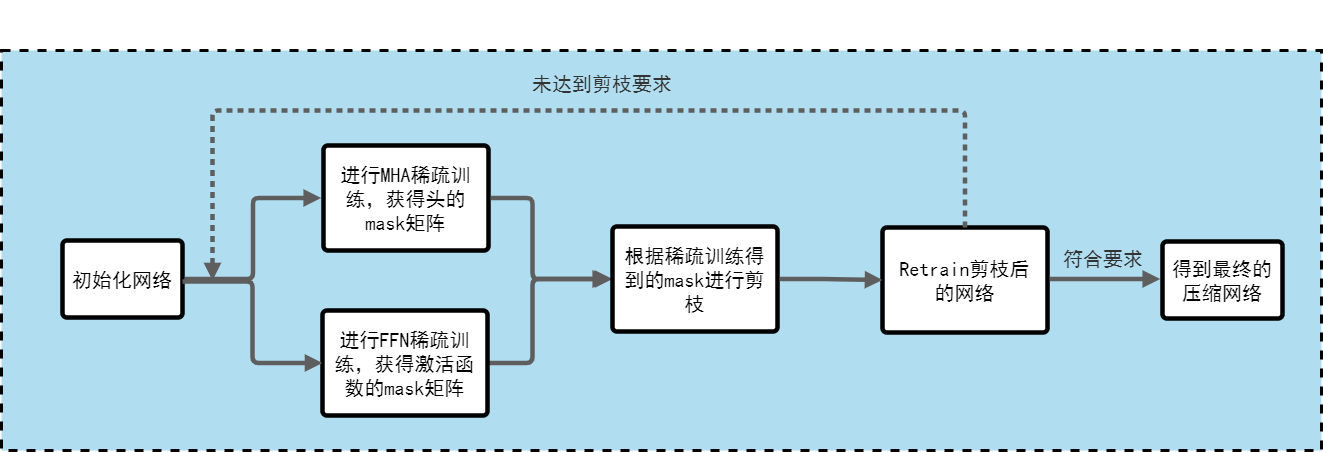
This is prune_flow.png from AAAAAAAyq/Personal-Studying, a draw.io export, as it was before one commit. Source tidied: cells renumbered, new cells last; positions are measured from the earlier drawing's top-left corner, leaving out a move shared by most shapes.
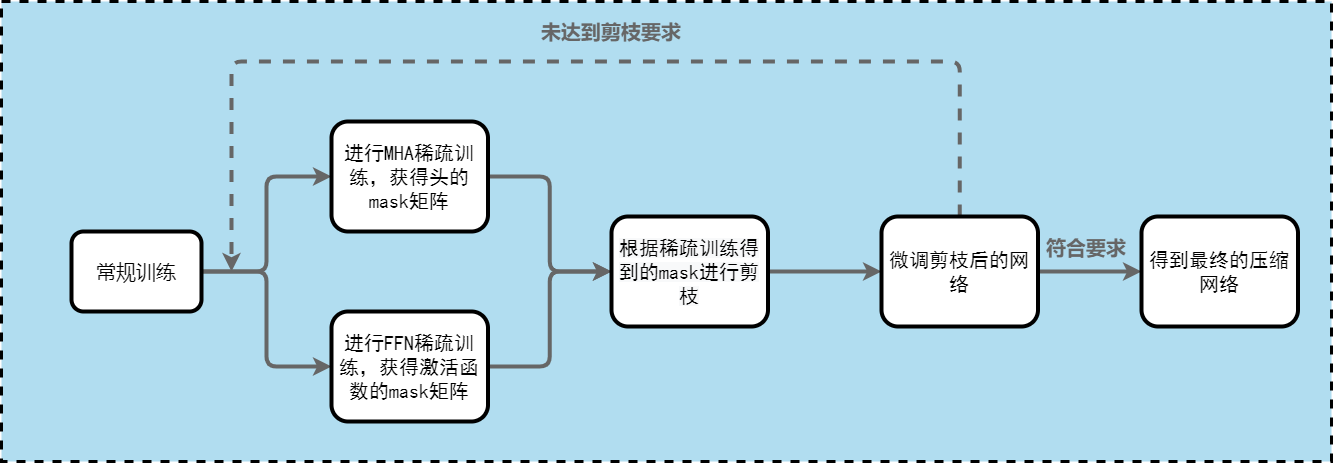
Above is the later version.

The edit, as a diff of the source:
```diff
@@ -3,78 +3,61 @@
     <mxCell id="0" />
     <mxCell id="1" parent="0" />
     <mxCell id="2" style="whiteSpace=wrap;html=1;strokeColor=#000000;strokeWidth=3;dashed=1;verticalAlign=top;fillColor=#b1ddf0;" parent="1" vertex="1">
-      <mxGeometry y="50" width="1320" height="400" as="geometry" />
+      <mxGeometry x="-30" y="380" width="1330" height="460" as="geometry" />
     </mxCell>
+    <mxCell id="22" style="edgeStyle=orthogonalEdgeStyle;rounded=1;jettySize=auto;html=1;exitX=1;exitY=0.5;exitDx=0;exitDy=0;entryX=0;entryY=0.5;entryDx=0;entryDy=0;strokeWidth=4;jumpStyle=none;strokeColor=#666666;" parent="1" edge="1" source="24" target="14">
+      <mxGeometry relative="1" as="geometry" />
+    </mxCell>
+    <mxCell id="23" style="edgeStyle=orthogonalEdgeStyle;rounded=1;jumpStyle=none;jettySize=auto;html=1;exitX=1;exitY=0.5;exitDx=0;exitDy=0;entryX=0;entryY=0.5;entryDx=0;entryDy=0;strokeWidth=4;strokeColor=#666666;" parent="1" edge="1" source="24" target="4">
+      <mxGeometry relative="1" as="geometry" />
+    </mxCell>
+    <mxCell id="24" value="&lt;span style=&quot;font-weight: normal&quot;&gt;&lt;font style=&quot;font-size: 20px&quot;&gt;常规训练&lt;/font&gt;&lt;/span&gt;" style="rounded=1;whiteSpace=wrap;html=1;strokeWidth=4;fontStyle=1;" parent="1" vertex="1">
+      <mxGeometry x="40" y="610" width="130" height="80" as="geometry" />
+    </mxCell>
+    <mxCell id="21" style="edgeStyle=orthogonalEdgeStyle;rounded=1;jumpStyle=none;jettySize=auto;html=1;exitX=1;exitY=0.5;exitDx=0;exitDy=0;entryX=0;entryY=0.5;entryDx=0;entryDy=0;strokeColor=#666666;strokeWidth=4;" parent="1" edge="1" source="14" target="7">
+      <mxGeometry relative="1" as="geometry" />
+    </mxCell>
+    <mxCell id="14" value="&lt;span style=&quot;font-family: &amp;#34;simhei&amp;#34; ; font-size: 20px ; font-weight: 400&quot;&gt;进行MHA稀疏训练，获得头的mask矩阵&lt;/span&gt;" style="rounded=1;whiteSpace=wrap;html=1;strokeWidth=4;fontStyle=1;" parent="1" vertex="1">
+      <mxGeometry x="300" y="500" width="156.5" height="110" as="geometry" />
+    </mxCell>
-    <mxCell id="3" style="edgeStyle=elbowEdgeStyle;rounded=1;jettySize=auto;html=1;entryX=0;entryY=0.5;entryDx=0;entryDy=0;fontSize=13;strokeColor=#5E5E5E;strokeWidth=4.5;endFill=1;endArrow=block;arcSize=12;exitX=1;exitY=0.5;exitDx=0;exitDy=0;" parent="1" edge="1" source="4" target="7">
-      <mxGeometry relative="1" as="geometry">
-        <Array as="points">
-          <mxPoint x="531" y="320" />
-        </Array>
-      </mxGeometry>
+    <mxCell id="3" style="edgeStyle=orthogonalEdgeStyle;rounded=1;jumpStyle=none;jettySize=auto;html=1;exitX=1;exitY=0.5;exitDx=0;exitDy=0;strokeColor=#666666;strokeWidth=4;entryX=0;entryY=0.5;entryDx=0;entryDy=0;" parent="1" edge="1" source="4" target="7">
+      <mxGeometry relative="1" as="geometry" />
     </mxCell>
-    <mxCell id="4" value="进行FFN稀疏训练，获得激活函数的mask矩阵" style="html=1;overflow=block;blockSpacing=1;whiteSpace=wrap;whiteSpace=wrap;fontSize=20;fontFamily=SimHei;spacing=9;strokeOpacity=100;fillOpacity=100;rounded=1;absoluteArcSize=1;arcSize=9;strokeWidth=4.5;" parent="1" vertex="1">
-      <mxGeometry x="321" y="310" width="165" height="105" as="geometry" />
+    <mxCell id="4" value="&lt;span style=&quot;font-family: &amp;#34;simhei&amp;#34; ; font-size: 20px ; font-weight: 400&quot;&gt;进行FFN稀疏训练，获得激活函数的mask矩阵&lt;/span&gt;" style="rounded=1;whiteSpace=wrap;html=1;strokeWidth=4;fontStyle=1;" parent="1" vertex="1">
+      <mxGeometry x="300" y="690" width="156.5" height="110" as="geometry" />
     </mxCell>
-    <mxCell id="5" value="初始化网络" style="html=1;overflow=block;blockSpacing=1;whiteSpace=wrap;whiteSpace=wrap;fontSize=20;fontFamily=SimHei;spacing=9;strokeOpacity=100;fillOpacity=100;rounded=1;absoluteArcSize=1;arcSize=9;strokeWidth=4.5;" parent="1" vertex="1">
-      <mxGeometry x="61" y="240" width="120" height="77" as="geometry" />
-    </mxCell>
-    <mxCell id="6" style="html=1;jettySize=18;whiteSpace=wrap;fontSize=13;strokeColor=#5E5E5E;strokeWidth=4.5;rounded=1;arcSize=12;edgeStyle=orthogonalEdgeStyle;startArrow=none;endArrow=block;endFill=1;exitX=1.019;exitY=0.5;exitPerimeter=0;entryX=0;entryY=0.5;entryDx=0;entryDy=0;" parent="1" edge="1" target="4">
-      <mxGeometry relative="1" as="geometry">
-        <mxPoint x="181" y="281" as="sourcePoint" />
-      </mxGeometry>
-    </mxCell>
+    <mxCell id="25" style="edgeStyle=orthogonalEdgeStyle;rounded=1;jumpStyle=none;jettySize=auto;html=1;exitX=1;exitY=0.5;exitDx=0;exitDy=0;entryX=0;entryY=0.5;entryDx=0;entryDy=0;strokeColor=#666666;strokeWidth=4;" parent="1" edge="1" source="7" target="28">
+      <mxGeometry relative="1" as="geometry" />
+    </mxCell>
-    <mxCell id="7" value="根据稀疏训练得到的mask进行剪枝" style="html=1;overflow=block;blockSpacing=1;whiteSpace=wrap;whiteSpace=wrap;fontSize=20;fontFamily=SimHei;spacing=9;strokeOpacity=100;fillOpacity=100;rounded=1;absoluteArcSize=1;arcSize=9;strokeWidth=4.5;" parent="1" vertex="1">
-      <mxGeometry x="611" y="226" width="165" height="105" as="geometry" />
+    <mxCell id="7" value="&#10;&#10;&lt;span style=&quot;color: rgb(0, 0, 0); font-family: simhei; font-size: 20px; font-style: normal; font-weight: 400; letter-spacing: normal; text-align: center; text-indent: 0px; text-transform: none; word-spacing: 0px; background-color: rgb(248, 249, 250); display: inline; float: none;&quot;&gt;根据稀疏训练得到的mask进行剪枝&lt;/span&gt;&#10;&#10;" style="rounded=1;whiteSpace=wrap;html=1;strokeWidth=4;fontStyle=1;" parent="1" vertex="1">
+      <mxGeometry x="580" y="595" width="156.5" height="110" as="geometry" />
     </mxCell>
-    <mxCell id="8" value="Retrain剪枝后的网络" style="html=1;overflow=block;blockSpacing=1;whiteSpace=wrap;whiteSpace=wrap;fontSize=20;fontFamily=SimHei;spacing=9;strokeOpacity=100;fillOpacity=100;rounded=1;absoluteArcSize=1;arcSize=9;strokeWidth=4.5;" parent="1" vertex="1">
-      <mxGeometry x="881" y="227" width="165" height="105" as="geometry" />
-    </mxCell>
+    <mxCell id="26" style="edgeStyle=orthogonalEdgeStyle;rounded=1;jumpStyle=none;jettySize=auto;html=1;exitX=1;exitY=0.5;exitDx=0;exitDy=0;entryX=0;entryY=0.5;entryDx=0;entryDy=0;strokeColor=#666666;strokeWidth=4;" parent="1" edge="1" source="28" target="9">
+      <mxGeometry relative="1" as="geometry" />
+    </mxCell>
+    <mxCell id="27" style="edgeStyle=orthogonalEdgeStyle;rounded=1;jumpStyle=none;jettySize=auto;html=1;exitX=0.5;exitY=0;exitDx=0;exitDy=0;strokeColor=#666666;strokeWidth=4;dashed=1;" parent="1" edge="1" source="28">
+      <mxGeometry relative="1" as="geometry">
+        <mxPoint x="200" y="650" as="targetPoint" />
+        <Array as="points">
+          <mxPoint x="928" y="440" />
+          <mxPoint x="200" y="440" />
+        </Array>
+      </mxGeometry>
+    </mxCell>
+    <mxCell id="28" value="&lt;span style=&quot;font-family: &amp;#34;simhei&amp;#34; ; font-size: 20px ; font-weight: 400&quot;&gt;微调剪枝后的网络&lt;/span&gt;" style="rounded=1;whiteSpace=wrap;html=1;strokeWidth=4;fontStyle=1;" parent="1" vertex="1">
+      <mxGeometry x="850" y="595" width="156.5" height="110" as="geometry" />
+    </mxCell>
-    <mxCell id="9" value="得到最终的压缩网络" style="html=1;overflow=block;blockSpacing=1;whiteSpace=wrap;whiteSpace=wrap;fontSize=20;fontFamily=SimHei;spacing=9;strokeOpacity=100;fillOpacity=100;rounded=1;absoluteArcSize=1;arcSize=9;strokeWidth=4.5;" parent="1" vertex="1">
-      <mxGeometry x="1161" y="241" width="120" height="77" as="geometry" />
+    <mxCell id="9" value="&lt;span style=&quot;font-family: &amp;#34;simhei&amp;#34; ; font-size: 20px ; font-weight: 400&quot;&gt;得到最终的压缩网络&lt;/span&gt;" style="rounded=1;whiteSpace=wrap;html=1;strokeWidth=4;fontStyle=1;" parent="1" vertex="1">
+      <mxGeometry x="1110" y="595" width="156.5" height="110" as="geometry" />
     </mxCell>
+    <mxCell id="16" value="&lt;font color=&quot;#666666&quot; size=&quot;1&quot;&gt;&lt;b style=&quot;font-size: 20px&quot;&gt;符合要求&lt;/b&gt;&lt;/font&gt;" style="text;html=1;strokeColor=none;fillColor=none;align=center;verticalAlign=middle;whiteSpace=wrap;rounded=0;" parent="1" vertex="1">
+      <mxGeometry x="1010" y="616" width="90" height="20" as="geometry" />
+    </mxCell>
+    <mxCell id="15" value="&lt;font color=&quot;#666666&quot; size=&quot;1&quot;&gt;&lt;b style=&quot;font-size: 20px&quot;&gt;未达到剪枝要求&lt;/b&gt;&lt;/font&gt;" style="text;html=1;strokeColor=none;fillColor=none;align=center;verticalAlign=middle;whiteSpace=wrap;rounded=0;" parent="1" vertex="1">
+      <mxGeometry x="500" y="400" width="160" height="20" as="geometry" />
+    </mxCell>
     <mxCell id="10" parent="0" />
     <mxCell id="11" value="background" parent="0" />
     <mxCell id="12" value="foreground" parent="0" />
-    <mxCell id="13" style="group;" parent="12" vertex="1">
-      <mxGeometry x="87" width="1194" height="247" as="geometry" />
-    </mxCell>
-    <mxCell id="14" value="进行MHA稀疏训练，获得头的mask矩阵" style="html=1;overflow=block;blockSpacing=1;whiteSpace=wrap;whiteSpace=wrap;fontSize=20;fontFamily=SimHei;spacing=9;strokeOpacity=100;fillOpacity=100;rounded=1;absoluteArcSize=1;arcSize=9;strokeWidth=4.5;" parent="13" vertex="1">
-      <mxGeometry x="235" y="145" width="165" height="105" as="geometry" />
-    </mxCell>
-    <mxCell id="15" value="未达到剪枝要求" style="html=1;overflow=block;blockSpacing=1;whiteSpace=wrap;whiteSpace=wrap;fontSize=20;fontFamily=SimHei;fontColor=#333333;spacing=3.8;strokeOpacity=0;fillOpacity=0;rounded=1;absoluteArcSize=1;arcSize=9;fillColor=#ffffff;strokeWidth=2.3;" parent="13" vertex="1">
-      <mxGeometry x="424" y="60" width="180" height="45" as="geometry" />
-    </mxCell>
-    <mxCell id="16" value="符合要求" style="html=1;overflow=block;blockSpacing=1;whiteSpace=wrap;whiteSpace=wrap;fontSize=20;fontFamily=SimHei;fontColor=#333333;spacing=3.8;strokeOpacity=0;fillOpacity=0;rounded=1;absoluteArcSize=1;arcSize=9;fillColor=#ffffff;strokeWidth=2.3;" parent="13" vertex="1">
-      <mxGeometry x="925" y="235" width="180" height="45" as="geometry" />
-    </mxCell>
-    <mxCell id="17" style="html=1;jettySize=18;whiteSpace=wrap;fontSize=13;strokeColor=#5E5E5E;strokeWidth=4.5;rounded=1;arcSize=12;edgeStyle=orthogonalEdgeStyle;startArrow=none;endArrow=block;endFill=1;exitX=1.019;exitY=0.5;exitPerimeter=0;entryX=-0.014;entryY=0.5;entryPerimeter=0;" parent="13" edge="1" source="5" target="14">
-      <mxGeometry relative="1" as="geometry" />
-    </mxCell>
-    <mxCell id="18" style="html=1;jettySize=18;whiteSpace=wrap;fontSize=13;strokeColor=#5E5E5E;strokeWidth=4.5;rounded=1;arcSize=12;edgeStyle=orthogonalEdgeStyle;startArrow=none;endArrow=block;endFill=1;exitX=1.014;exitY=0.5;exitPerimeter=0;entryX=-0.019;entryY=0.5;entryPerimeter=0;" parent="13" edge="1">
-      <mxGeometry relative="1" as="geometry">
-        <mxPoint x="961.3" y="278.5" as="sourcePoint" />
-        <mxPoint x="1071.7" y="278.5" as="targetPoint" />
-      </mxGeometry>
-    </mxCell>
-    <mxCell id="19" style="html=1;jettySize=18;whiteSpace=wrap;fontSize=13;strokeColor=#5E5E5E;dashed=1;fixDash=1;dashPattern=6 5;strokeWidth=4.5;rounded=1;arcSize=12;edgeStyle=orthogonalEdgeStyle;startArrow=none;endArrow=block;endFill=1;exitX=0.5;exitY=0;exitDx=0;exitDy=0;" parent="13" edge="1" source="8">
-      <mxGeometry relative="1" as="geometry">
-        <mxPoint x="124" y="280" as="targetPoint" />
-        <Array as="points">
-          <mxPoint x="877" y="110" />
-          <mxPoint x="124" y="110" />
-        </Array>
-      </mxGeometry>
-    </mxCell>
-    <mxCell id="20" style="html=1;jettySize=18;whiteSpace=wrap;fontSize=13;strokeColor=#5E5E5E;strokeWidth=4.5;rounded=1;arcSize=12;edgeStyle=orthogonalEdgeStyle;startArrow=none;endArrow=block;endFill=1;exitX=1.014;exitY=0.5;exitPerimeter=0;entryX=0;entryY=0.5;entryDx=0;entryDy=0;" parent="13" edge="1" source="7" target="8">
-      <mxGeometry relative="1" as="geometry" />
-    </mxCell>
-    <mxCell id="21" style="html=1;jettySize=18;whiteSpace=wrap;fontSize=13;strokeColor=#5E5E5E;strokeWidth=4.5;rounded=1;arcSize=12;edgeStyle=orthogonalEdgeStyle;startArrow=none;endArrow=block;endFill=1;exitX=1.014;exitY=0.5;exitPerimeter=0;entryX=-0.014;entryY=0.5;entryPerimeter=0;" parent="13" edge="1" source="14" target="7">
-      <mxGeometry relative="1" as="geometry">
-        <Array as="points">
-          <mxPoint x="444" y="198" />
-          <mxPoint x="444" y="279" />
-        </Array>
-      </mxGeometry>
-    </mxCell>
   </root>
 </mxGraphModel>
```
